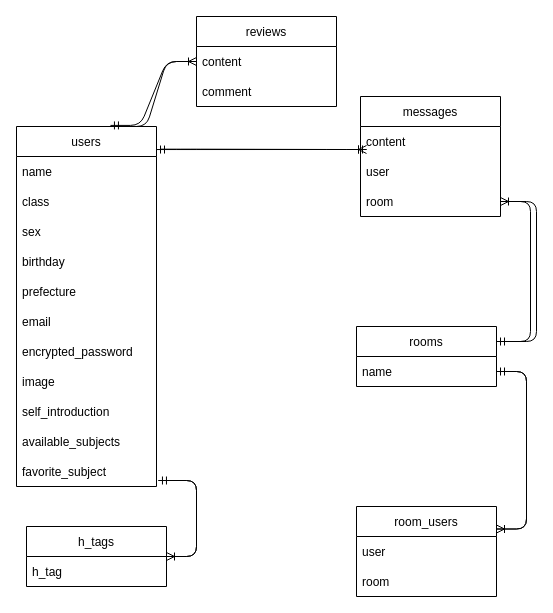
Above: ER.dio in kazukiti123/Edupace (draw.io), before the change. Source tidied: cells renumbered, new cells numbered last; positions are measured from the earlier drawing's top-left corner, leaving out a move shared by most shapes. Both pictures are drawn from the tidied source at 100%, with x=0, y=0 at pixel (16, 16).
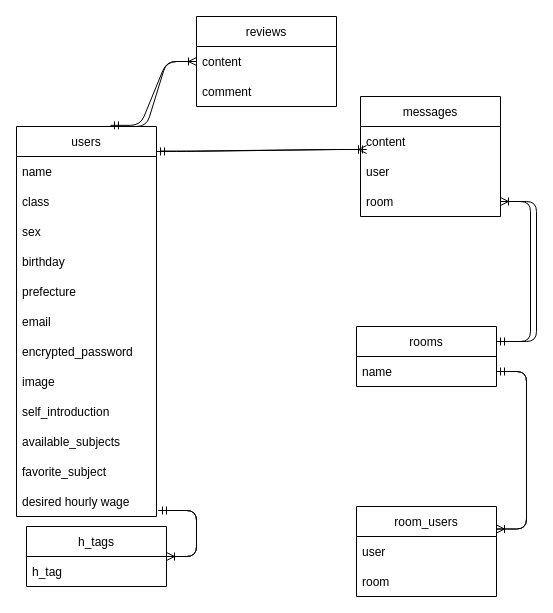
The same page after the edit.

What changed in the source:
```diff
@@
     <mxCell id="2" value="users" style="swimlane;fontStyle=0;horizontal=1;startSize=30;" parent="1" vertex="1">
-      <mxGeometry y="110" width="140" height="360" as="geometry" />
+      <mxGeometry y="110" width="140" height="390" as="geometry" />
     </mxCell>
@@
+    <mxCell id="38" value="favorite_subject" style="text;strokeColor=none;fillColor=none;align=left;verticalAlign=middle;spacingLeft=4;spacingRight=4;overflow=hidden;" parent="2" vertex="1">
+      <mxGeometry y="330" width="140" height="30" as="geometry" />
+    </mxCell>
-    <mxCell id="13" value="favorite_subject" style="text;strokeColor=none;fillColor=none;align=left;verticalAlign=middle;spacingLeft=4;spacingRight=4;overflow=hidden;points=[[0,0.5],[1,0.5]];portConstraint=eastwest;" parent="2" vertex="1">
-      <mxGeometry y="330" width="140" height="30" as="geometry" />
+    <mxCell id="13" value="desired hourly wage" style="text;strokeColor=none;fillColor=none;align=left;verticalAlign=middle;spacingLeft=4;spacingRight=4;overflow=hidden;points=[[0,0.5],[1,0.5]];portConstraint=eastwest;" parent="2" vertex="1">
+      <mxGeometry y="360" width="140" height="30" as="geometry" />
     </mxCell>
```
